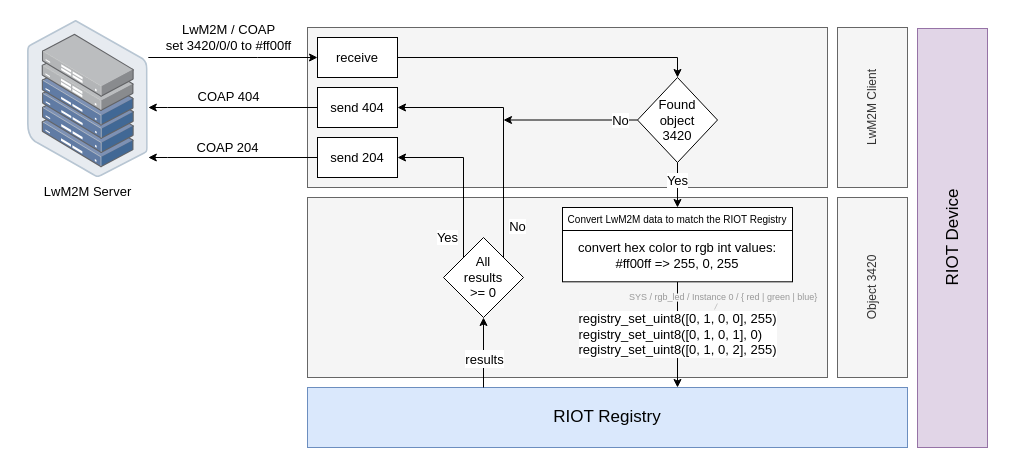
LasseRosenow/riot-runtime-config keeps this draw.io diagram as doc/drawio/lwm2m_integration_flow.drawio. Above is the earlier version. Source tidied: cells renumbered, new cells numbered last; positions are measured from the earlier drawing's top-left corner, leaving out a move shared by most shapes. Both pictures are drawn from the tidied source at 100%, with x=0, y=0 at pixel (17, 17).
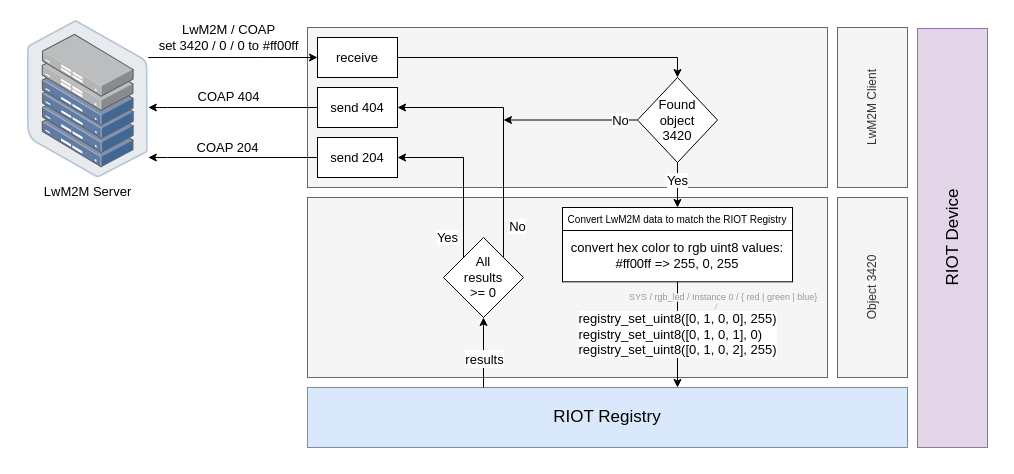
The same diagram, later.

Unchanged cells that the change refers to:
```xml
<mxCell id="5" value="&lt;font style=&quot;font-size: 13px&quot;&gt;LwM2M Server&lt;/font&gt;" style="points=[];html=1;align=center;shadow=0;dashed=0;image;image=img/lib/allied_telesis/storage/Datacenter_Server_Half_Rack_ToR.svg;" parent="1" vertex="1">
  <mxGeometry x="10" y="3" width="120.8" height="157" as="geometry" />
</mxCell>
<mxCell id="21" value="&lt;font color=&quot;#000000&quot; style=&quot;font-size: 13px&quot;&gt;receive&lt;/font&gt;" style="rounded=0;whiteSpace=wrap;html=1;labelBackgroundColor=none;fontSize=17;" parent="1" vertex="1">
  <mxGeometry x="300" y="20" width="80" height="40" as="geometry" />
</mxCell>
<mxCell id="26" style="group;" parent="1" vertex="1">
  <mxGeometry x="545" y="190" width="230" height="74.2" as="geometry" />
</mxCell>
```

What changed in the source:
```diff
@@
-    <mxCell id="6" value="&lt;font style=&quot;font-size: 13px&quot;&gt;LwM2M / COAP&lt;br&gt;set 3420/0/0 to #ff00ff&lt;/font&gt;" style="edgeStyle=elbowEdgeStyle;rounded=0;html=1;" parent="1" edge="1" source="5" target="21">
+    <mxCell id="6" value="&lt;font style=&quot;font-size: 13px&quot;&gt;LwM2M / COAP&lt;br&gt;set 3420 / 0 / 0 to #ff00ff&lt;/font&gt;" style="edgeStyle=elbowEdgeStyle;rounded=0;html=1;" parent="1" edge="1" source="5" target="21">
       <mxGeometry x="-0.06" y="20" relative="1" as="geometry">
         <Array as="points">
           <mxPoint x="240" y="40" />
           <mxPoint x="120" y="40" />
         </Array>
       </mxGeometry>
     </mxCell>
@@
-    <mxCell id="27" value="&lt;font style=&quot;font-size: 13px&quot;&gt;convert hex color to rgb int values:&lt;br&gt;#ff00ff =&amp;gt; 255, 0, 255&lt;br&gt;&lt;/font&gt;" style="rounded=0;whiteSpace=wrap;html=1;" parent="26" vertex="1">
+    <mxCell id="27" value="&lt;font style=&quot;font-size: 13px&quot;&gt;convert hex color to rgb uint8 values:&lt;br&gt;#ff00ff =&amp;gt; 255, 0, 255&lt;br&gt;&lt;/font&gt;" style="rounded=0;whiteSpace=wrap;html=1;" parent="26" vertex="1">
       <mxGeometry y="21.8" width="230" height="52.5" as="geometry" />
     </mxCell>
```
